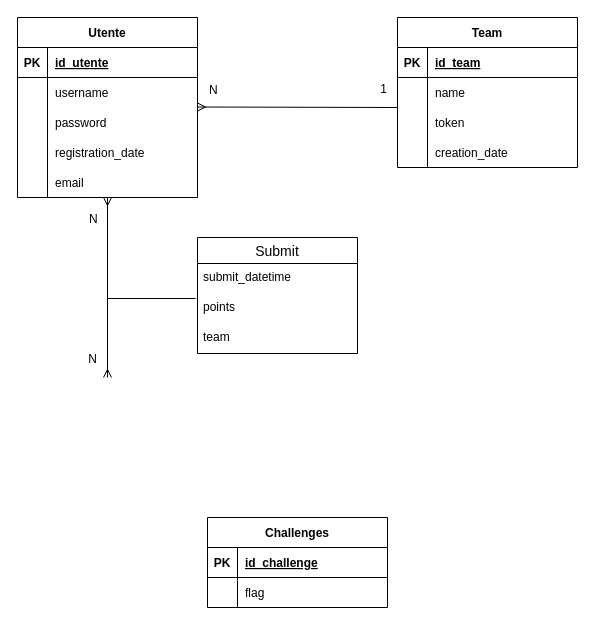
The draw.io diagram db/design/schema_diagram.drawio in FeeeDz/H4ckUs4t1_CTF, before the edit. Source tidied: cells renumbered, new cells numbered last; positions are measured from the earlier drawing's top-left corner, leaving out a move shared by most shapes. Both pictures are drawn from the tidied source at 100%, with x=0, y=0 at pixel (17, 17).
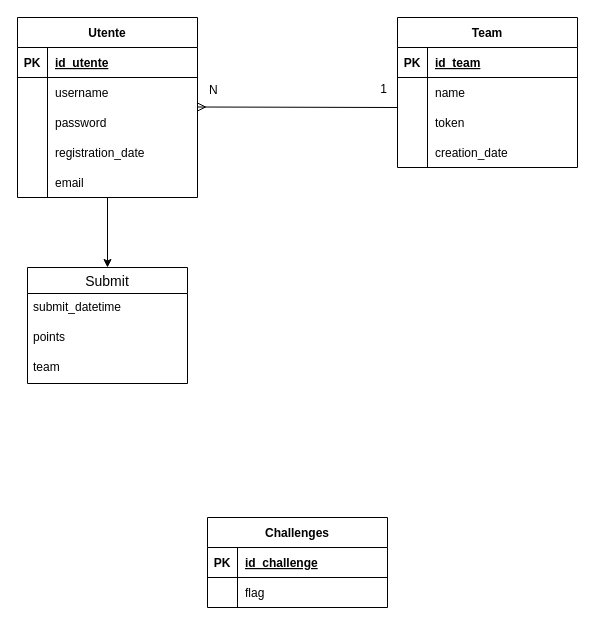
The same diagram, later.

The change refers to these unchanged cells:
```xml
<mxCell id="4" value="Utente" style="shape=table;startSize=30;childLayout=tableLayout;rowLines=0;fontStyle=1;align=center;" parent="3" vertex="1">
  <mxGeometry width="180" height="180" as="geometry" />
</mxCell>
<mxCell id="54" value="points" style="text;strokeColor=none;fillColor=none;spacingLeft=4;spacingRight=4;overflow=hidden;points=[[0,0.5],[1,0.5]];portConstraint=eastwest;fontSize=12;" parent="52" vertex="1">
  <mxGeometry y="56" width="160" height="30" as="geometry" />
</mxCell>
```

Diff of the diagram source:
```diff
@@
-    <mxCell id="48" style="endArrow=ERmany;html=1;rounded=0;startArrow=ERmany;startFill=0;exitX=0.5;exitY=1;exitDx=0;exitDy=0;endFill=0;" parent="1" edge="1" source="4">
-      <mxGeometry relative="1" as="geometry">
-        <mxPoint x="90" y="360" as="targetPoint" />
-      </mxGeometry>
-    </mxCell>
-    <mxCell id="49" value="&lt;div&gt;N&lt;/div&gt;" style="html=1;align=left;verticalAlign=bottom;" parent="48" vertex="1">
-      <mxGeometry x="-1" relative="1" as="geometry">
-        <mxPoint x="-20" y="30" as="offset" />
-      </mxGeometry>
-    </mxCell>
-    <mxCell id="50" value="&lt;div&gt;N&lt;/div&gt;" style="html=1;align=right;verticalAlign=bottom;" parent="48" vertex="1">
-      <mxGeometry x="1" relative="1" as="geometry">
-        <mxPoint x="-10" y="-10" as="offset" />
-      </mxGeometry>
-    </mxCell>
-    <mxCell id="51" style="endArrow=none;html=1;rounded=0;entryX=-0.012;entryY=0.167;entryDx=0;entryDy=0;entryPerimeter=0;" parent="1" edge="1" target="54">
-      <mxGeometry relative="1" as="geometry">
-        <mxPoint x="90" y="281" as="sourcePoint" />
-      </mxGeometry>
-    </mxCell>
     <mxCell id="52" value="Submit" style="swimlane;fontStyle=0;horizontal=1;startSize=26;align=center;fontSize=14;" parent="1" vertex="1">
-      <mxGeometry x="180" y="220" width="160" height="116" as="geometry" />
+      <mxGeometry x="10" y="250" width="160" height="116" as="geometry" />
     </mxCell>
@@
+    <mxCell id="56" style="endArrow=classic;html=1;rounded=0;exitX=0.5;exitY=1;exitDx=0;exitDy=0;" parent="1" edge="1" source="4">
+      <mxGeometry relative="1" as="geometry">
+        <mxPoint x="90" y="250" as="targetPoint" />
+      </mxGeometry>
+    </mxCell>
```
